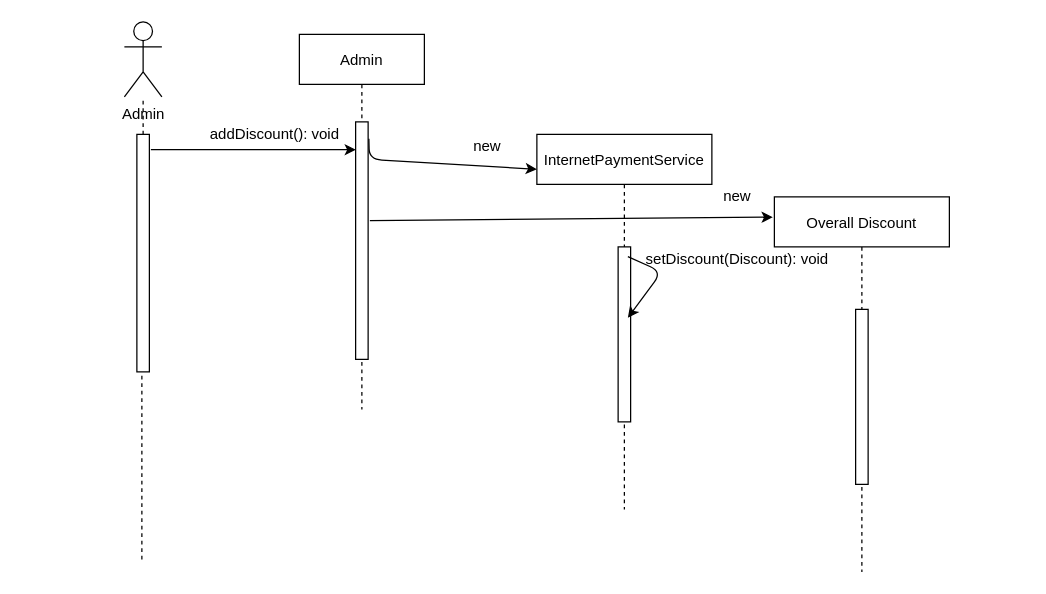
Earlier version of the draw.io diagram addDiscountSequence.drawio (TheGhost025/Fawry-System). Source tidied: cells renumbered, new cells numbered last; positions are measured from the earlier drawing's top-left corner, leaving out a move shared by most shapes. Both pictures are drawn from the tidied source at 125%, with x=0, y=0 at pixel (124, 21).
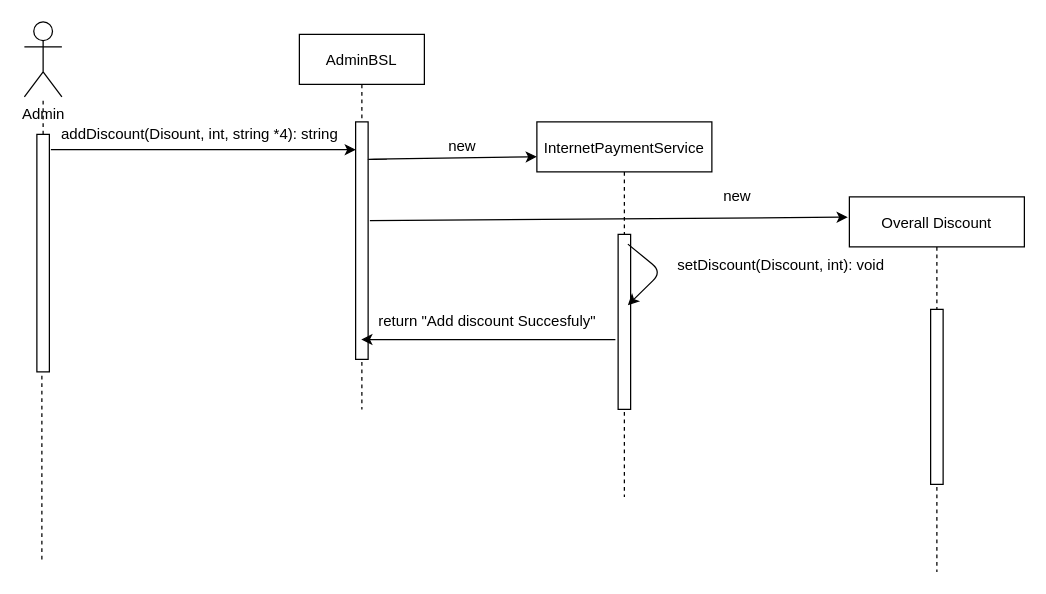
The same diagram, later.

Unchanged cells that the change refers to:
```xml
<mxCell id="3" style="points=[];perimeter=orthogonalPerimeter;rounded=0;shadow=0;strokeWidth=1;" parent="2" vertex="1">
  <mxGeometry x="45" y="70" width="10" height="190" as="geometry" />
</mxCell>
<mxCell id="5" style="html=1;points=[];perimeter=orthogonalPerimeter;" parent="4" vertex="1">
  <mxGeometry x="65" y="90" width="10" height="140" as="geometry" />
</mxCell>
```

What changed in the source:
```diff
@@
-    <mxCell id="2" value="Admin" style="shape=umlLifeline;perimeter=lifelinePerimeter;rounded=0;shadow=0;strokeWidth=1;" parent="1" vertex="1">
+    <mxCell id="2" value="AdminBSL" style="shape=umlLifeline;perimeter=lifelinePerimeter;rounded=0;shadow=0;strokeWidth=1;" parent="1" vertex="1">
       <mxGeometry x="140" y="10" width="100" height="300" as="geometry" />
     </mxCell>
@@
     <mxCell id="4" value="InternetPaymentService" style="shape=umlLifeline;perimeter=lifelinePerimeter;rounded=0;shadow=0;strokeWidth=1;" parent="1" vertex="1">
-      <mxGeometry x="330" y="90" width="140" height="300" as="geometry" />
+      <mxGeometry x="330" y="80" width="140" height="300" as="geometry" />
     </mxCell>
@@
     <mxCell id="6" value="Admin" style="shape=umlActor;verticalLabelPosition=bottom;verticalAlign=top;html=1;outlineConnect=0;" parent="1" vertex="1">
-      <mxGeometry width="30" height="60" as="geometry" />
+      <mxGeometry x="-80" width="30" height="60" as="geometry" />
     </mxCell>
@@
     <mxCell id="8" style="points=[];perimeter=orthogonalPerimeter;rounded=0;shadow=0;strokeWidth=1;" parent="1" vertex="1">
-      <mxGeometry x="10" y="90" width="10" height="190" as="geometry" />
+      <mxGeometry x="-70" y="90" width="10" height="190" as="geometry" />
     </mxCell>
     <mxCell id="9" style="endArrow=none;dashed=1;html=1;entryX=0.4;entryY=1.007;entryDx=0;entryDy=0;entryPerimeter=0;" parent="1" edge="1" target="8">
       <mxGeometry relative="1" as="geometry">
-        <mxPoint x="14" y="430" as="sourcePoint" />
+        <mxPoint x="-66" y="430" as="sourcePoint" />
       </mxGeometry>
     </mxCell>
-    <mxCell id="10" style="endArrow=classic;html=1;exitX=1.06;exitY=0.071;exitDx=0;exitDy=0;exitPerimeter=0;entryX=0;entryY=0.093;entryDx=0;entryDy=0;entryPerimeter=0;" parent="1" edge="1" source="3" target="4">
+    <mxCell id="10" style="endArrow=classic;html=1;entryX=0;entryY=0.093;entryDx=0;entryDy=0;entryPerimeter=0;" parent="1" edge="1" target="4">
       <mxGeometry relative="1" as="geometry">
+        <mxPoint x="210" y="110" as="sourcePoint" />
         <Array as="points">
-          <mxPoint x="196" y="110" />
+          <mxPoint x="190" y="110" />
         </Array>
       </mxGeometry>
     </mxCell>
     <mxCell id="11" value="new" style="text;html=1;align=center;verticalAlign=middle;" parent="1" vertex="1">
-      <mxGeometry x="270" y="90" width="40" height="20" as="geometry" />
+      <mxGeometry x="250" y="90" width="40" height="20" as="geometry" />
     </mxCell>
     <mxCell id="12" value="Overall Discount" style="shape=umlLifeline;perimeter=lifelinePerimeter;rounded=0;shadow=0;strokeWidth=1;" parent="1" vertex="1">
-      <mxGeometry x="520" y="140" width="140" height="300" as="geometry" />
+      <mxGeometry x="580" y="140" width="140" height="300" as="geometry" />
     </mxCell>
@@
-    <mxCell id="17" value="addDiscount(): void" style="text;html=1;align=center;verticalAlign=middle;" parent="1" vertex="1">
-      <mxGeometry x="60" y="80" width="120" height="20" as="geometry" />
+    <mxCell id="17" value="addDiscount(Disount, int, string *4): string" style="text;html=1;align=center;verticalAlign=middle;" parent="1" vertex="1">
+      <mxGeometry x="-60" y="75" width="240" height="30" as="geometry" />
     </mxCell>
@@
-    <mxCell id="19" value="setDiscount(Discount): void" style="text;html=1;align=center;verticalAlign=middle;" parent="1" vertex="1">
-      <mxGeometry x="410" y="180" width="160" height="20" as="geometry" />
+    <mxCell id="19" value="setDiscount(Discount, int): void" style="text;html=1;align=center;verticalAlign=middle;" parent="1" vertex="1">
+      <mxGeometry x="430" y="180" width="190" height="30" as="geometry" />
     </mxCell>
+    <mxCell id="20" style="endArrow=classic;html=1;rounded=0;exitX=-0.22;exitY=0.601;exitDx=0;exitDy=0;exitPerimeter=0;" parent="1" edge="1" source="5" target="2">
+      <mxGeometry relative="1" as="geometry" />
+    </mxCell>
+    <mxCell id="21" value="return &quot;Add discount Succesfuly&quot;" style="text;html=1;align=center;verticalAlign=middle;strokeColor=none;fillColor=none;" parent="1" vertex="1">
+      <mxGeometry x="190" y="225" width="200" height="30" as="geometry" />
+    </mxCell>
```
